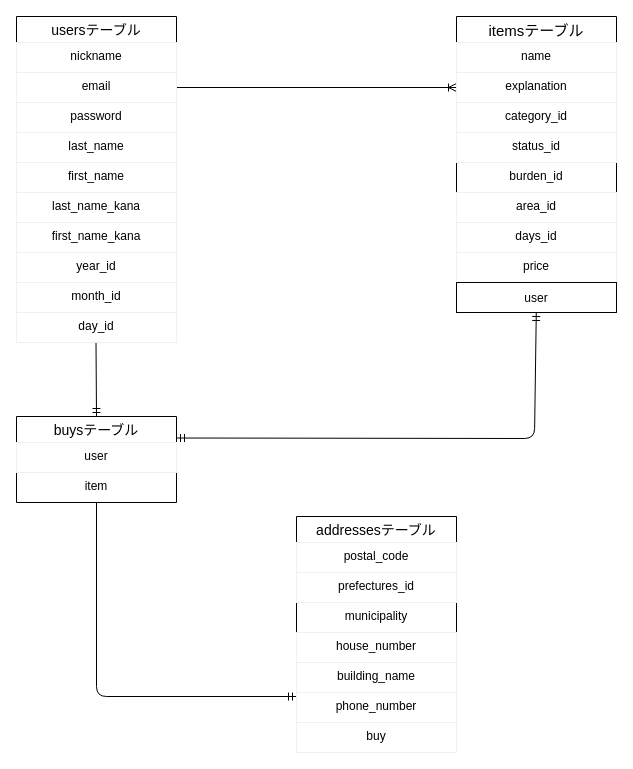
Before: furima.dio in MatsuYuu/furima-31100, a draw.io diagram. Source tidied: cells renumbered, new cells numbered last; positions are measured from the earlier drawing's top-left corner, leaving out a move shared by most shapes. Both pictures are drawn from the tidied source at 100%, with x=0, y=0 at pixel (16, 16).
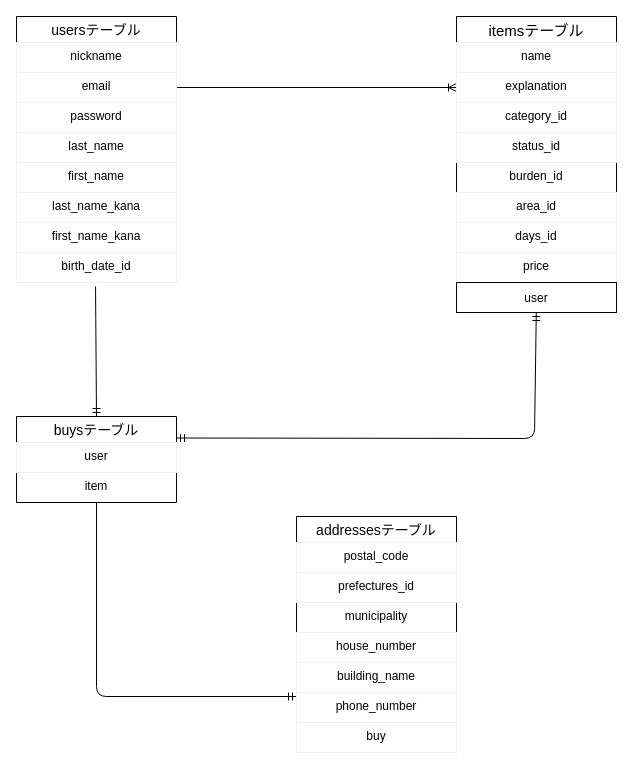
Above is the later version.

What changed in the source:
```diff
@@
-    <mxCell id="4" style="fontSize=12;html=1;endArrow=ERmandOne;" parent="1" edge="1">
+    <mxCell id="4" style="fontSize=12;html=1;endArrow=ERmandOne;exitX=0.494;exitY=1.133;exitDx=0;exitDy=0;exitPerimeter=0;" parent="1" edge="1" source="15">
       <mxGeometry relative="1" as="geometry">
-        <mxPoint x="79.5" y="326" as="sourcePoint" />
         <mxPoint x="80" y="400" as="targetPoint" />
       </mxGeometry>
     </mxCell>
@@
     <mxCell id="7" value="usersテーブル" style="swimlane;fontStyle=0;horizontal=1;startSize=26;align=center;fontSize=14;" parent="1" vertex="1">
-      <mxGeometry width="160" height="326" as="geometry" />
+      <mxGeometry width="160" height="266" as="geometry" />
     </mxCell>
@@
-    <mxCell id="15" value="year_id" style="text;fillColor=none;spacingLeft=4;spacingRight=4;overflow=hidden;points=[[0,0.5],[1,0.5]];portConstraint=eastwest;fontSize=12;strokeColor=#f0f0f0;align=center;" parent="7" vertex="1">
+    <mxCell id="15" value="birth_date_id" style="text;fillColor=none;spacingLeft=4;spacingRight=4;overflow=hidden;points=[[0,0.5],[1,0.5]];portConstraint=eastwest;fontSize=12;strokeColor=#f0f0f0;align=center;" parent="7" vertex="1">
       <mxGeometry y="236" width="160" height="30" as="geometry" />
     </mxCell>
-    <mxCell id="16" value="month_id" style="text;fillColor=none;spacingLeft=4;spacingRight=4;overflow=hidden;fontSize=12;strokeColor=#f0f0f0;align=center;" parent="7" vertex="1">
-      <mxGeometry y="266" width="160" height="30" as="geometry" />
-    </mxCell>
-    <mxCell id="17" value="day_id" style="text;fillColor=none;spacingLeft=4;spacingRight=4;overflow=hidden;fontSize=12;strokeColor=#f0f0f0;align=center;" parent="7" vertex="1">
-      <mxGeometry y="296" width="160" height="30" as="geometry" />
-    </mxCell>
```
